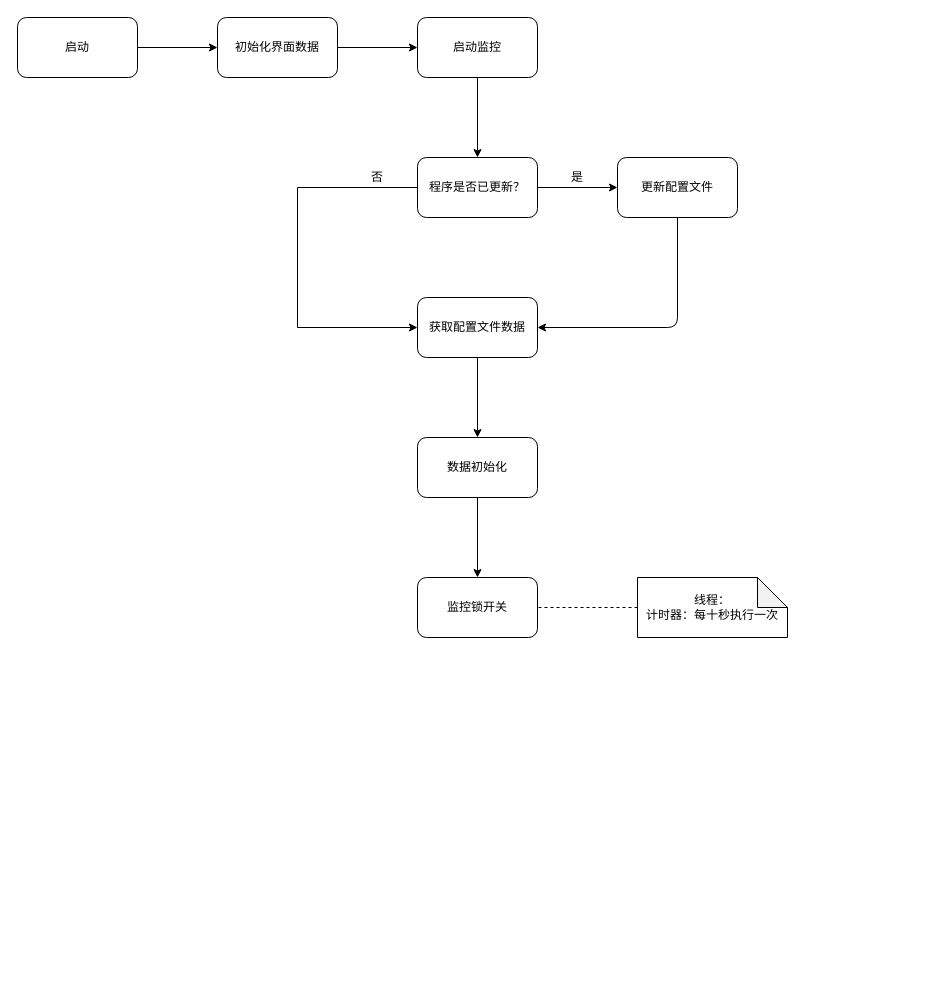
Earlier version of the draw.io diagram 柜子监控程序执行流程图.drawio (Canaban0305/Documents). Source tidied: cells renumbered, new cells numbered last; positions are measured from the earlier drawing's top-left corner, leaving out a move shared by most shapes. Both pictures are drawn from the tidied source at 100%, with x=0, y=0 at pixel (17, 17).
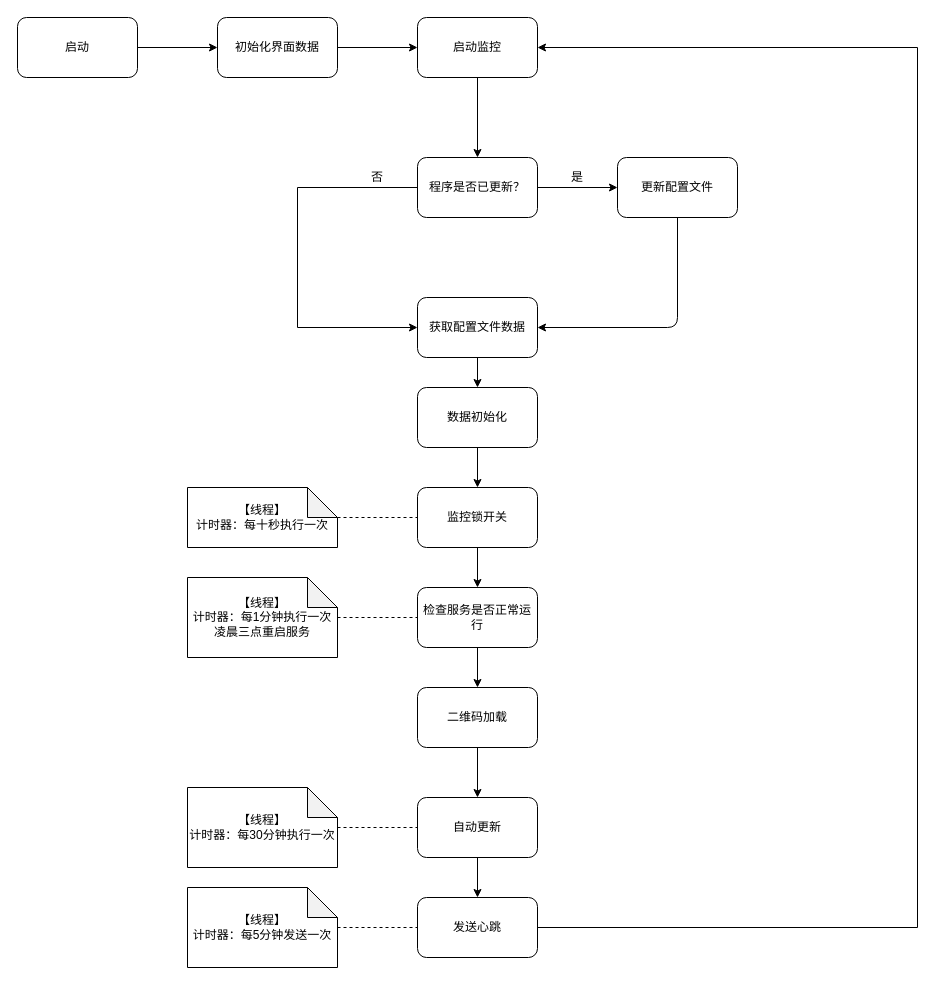
After the change.

Commit message (it also covers changes not shown here):
更新柜子监控程序执行流程图.drawio

The change refers to these unchanged cells:
```xml
<mxCell id="7" value="启动监控" style="rounded=1;whiteSpace=wrap;html=1;" parent="1" vertex="1">
  <mxGeometry x="400" width="120" height="60" as="geometry" />
</mxCell>
```

What changed in the source:
```diff
@@
     <mxCell id="14" value="数据初始化" style="rounded=1;whiteSpace=wrap;html=1;" parent="1" vertex="1">
-      <mxGeometry x="400" y="420" width="120" height="60" as="geometry" />
+      <mxGeometry x="400" y="370" width="120" height="60" as="geometry" />
     </mxCell>
+    <mxCell id="22" style="edgeStyle=orthogonalEdgeStyle;rounded=0;jettySize=auto;html=1;" parent="1" edge="1" source="15" target="24">
+      <mxGeometry relative="1" as="geometry" />
+    </mxCell>
     <mxCell id="15" value="监控锁开关" style="rounded=1;whiteSpace=wrap;html=1;" parent="1" vertex="1">
-      <mxGeometry x="400" y="560" width="120" height="60" as="geometry" />
+      <mxGeometry x="400" y="470" width="120" height="60" as="geometry" />
     </mxCell>
+    <mxCell id="23" style="edgeStyle=orthogonalEdgeStyle;rounded=0;jettySize=auto;html=1;" parent="1" edge="1" source="24" target="26">
+      <mxGeometry relative="1" as="geometry" />
+    </mxCell>
+    <mxCell id="24" value="检查服务是否正常运行" style="rounded=1;whiteSpace=wrap;html=1;" parent="1" vertex="1">
+      <mxGeometry x="400" y="570" width="120" height="60" as="geometry" />
+    </mxCell>
+    <mxCell id="25" style="edgeStyle=orthogonalEdgeStyle;rounded=0;jettySize=auto;html=1;" parent="1" edge="1" source="26" target="28">
+      <mxGeometry relative="1" as="geometry" />
+    </mxCell>
+    <mxCell id="26" value="二维码加载" style="rounded=1;whiteSpace=wrap;html=1;" parent="1" vertex="1">
+      <mxGeometry x="400" y="670" width="120" height="60" as="geometry" />
+    </mxCell>
+    <mxCell id="27" style="edgeStyle=orthogonalEdgeStyle;rounded=0;jettySize=auto;html=1;" parent="1" edge="1" source="28" target="30">
+      <mxGeometry relative="1" as="geometry" />
+    </mxCell>
+    <mxCell id="28" value="自动更新" style="rounded=1;whiteSpace=wrap;html=1;" parent="1" vertex="1">
+      <mxGeometry x="400" y="780" width="120" height="60" as="geometry" />
+    </mxCell>
+    <mxCell id="29" style="edgeStyle=orthogonalEdgeStyle;rounded=0;jettySize=auto;html=1;" parent="1" edge="1" source="30" target="7">
+      <mxGeometry relative="1" as="geometry">
+        <Array as="points">
+          <mxPoint x="900" y="910" />
+          <mxPoint x="900" y="30" />
+        </Array>
+      </mxGeometry>
+    </mxCell>
+    <mxCell id="30" value="发送心跳" style="rounded=1;whiteSpace=wrap;html=1;" parent="1" vertex="1">
+      <mxGeometry x="400" y="880" width="120" height="60" as="geometry" />
+    </mxCell>
@@
-    <mxCell id="20" value="线程：&lt;br&gt;计时器：每十秒执行一次" style="shape=note;whiteSpace=wrap;html=1;backgroundOutline=1;darkOpacity=0.05;" parent="1" vertex="1">
-      <mxGeometry x="620" y="560" width="150" height="60" as="geometry" />
+    <mxCell id="20" value="【线程】&lt;br&gt;计时器：每十秒执行一次" style="shape=note;whiteSpace=wrap;html=1;backgroundOutline=1;darkOpacity=0.05;" parent="1" vertex="1">
+      <mxGeometry x="170" y="470" width="150" height="60" as="geometry" />
     </mxCell>
+    <mxCell id="31" value="【线程】&lt;br&gt;计时器：每1分钟执行一次&lt;br&gt;凌晨三点重启服务" style="shape=note;whiteSpace=wrap;html=1;backgroundOutline=1;darkOpacity=0.05;" parent="1" vertex="1">
+      <mxGeometry x="170" y="560" width="150" height="80" as="geometry" />
+    </mxCell>
+    <mxCell id="32" value="【线程】&lt;br&gt;计时器：每30分钟执行一次" style="shape=note;whiteSpace=wrap;html=1;backgroundOutline=1;darkOpacity=0.05;" parent="1" vertex="1">
+      <mxGeometry x="170" y="770" width="150" height="80" as="geometry" />
+    </mxCell>
+    <mxCell id="33" value="【线程】&lt;br&gt;计时器：每5分钟发送一次" style="shape=note;whiteSpace=wrap;html=1;backgroundOutline=1;darkOpacity=0.05;" parent="1" vertex="1">
+      <mxGeometry x="170" y="870" width="150" height="80" as="geometry" />
+    </mxCell>
@@
+    <mxCell id="34" style="endArrow=none;dashed=1;html=1;" parent="1" edge="1" source="31" target="24">
+      <mxGeometry relative="1" as="geometry" />
+    </mxCell>
+    <mxCell id="35" style="endArrow=none;dashed=1;html=1;" parent="1" edge="1" source="32" target="28">
+      <mxGeometry relative="1" as="geometry" />
+    </mxCell>
+    <mxCell id="36" style="endArrow=none;dashed=1;html=1;" parent="1" edge="1" source="33" target="30">
+      <mxGeometry relative="1" as="geometry" />
+    </mxCell>
```
